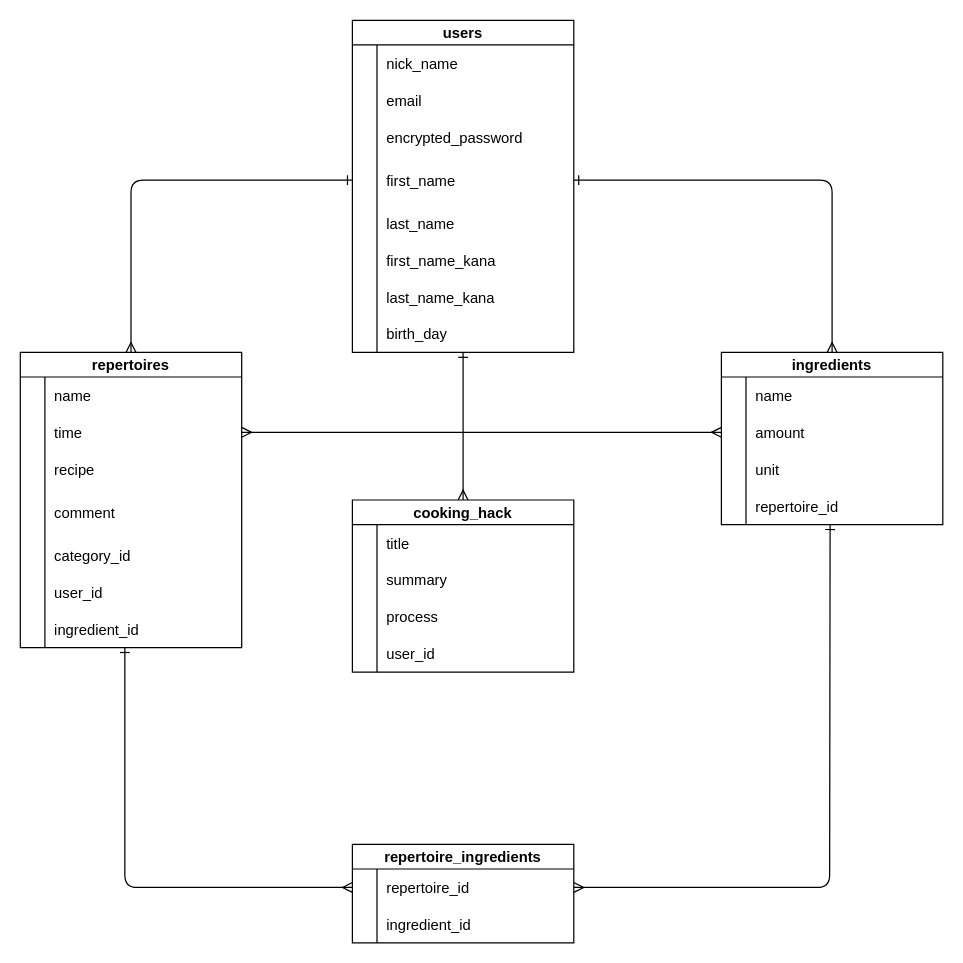
This is ER図.dio from t-akuya/cookhack, a draw.io file, before an edit. Source tidied: cells renumbered, new cells numbered last; positions are measured from the earlier drawing's top-left corner, leaving out a move shared by most shapes. Both pictures are drawn from the tidied source at 123%, with x=0, y=0 at pixel (20, 20).
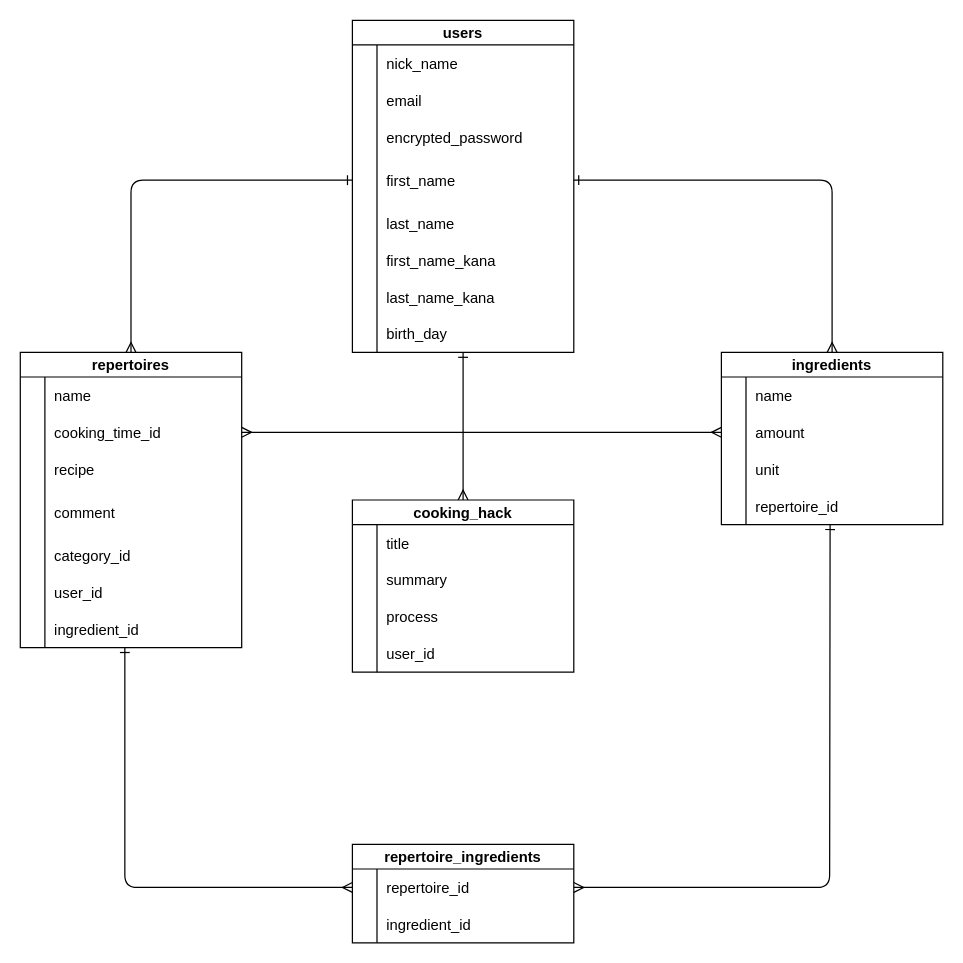
Above is the later version.

The change refers to these unchanged cells:
```xml
<mxCell id="32" style="shape=partialRectangle;fillColor=none;top=0;left=0;bottom=0;right=0;points=[[0,0.5],[1,0.5]];portConstraint=eastwest;" parent="28" vertex="1">
  <mxGeometry y="50" width="180" height="30" as="geometry" />
</mxCell>
```

Diff of the diagram source:
```diff
@@
-    <mxCell id="34" value="time" style="shape=partialRectangle;fillColor=none;top=0;left=0;bottom=0;right=0;align=left;spacingLeft=6;overflow=hidden;" parent="32" vertex="1">
+    <mxCell id="34" value="cooking_time_id" style="shape=partialRectangle;fillColor=none;top=0;left=0;bottom=0;right=0;align=left;spacingLeft=6;overflow=hidden;" parent="32" vertex="1">
       <mxGeometry x="20" width="160" height="30" as="geometry" />
     </mxCell>
```
